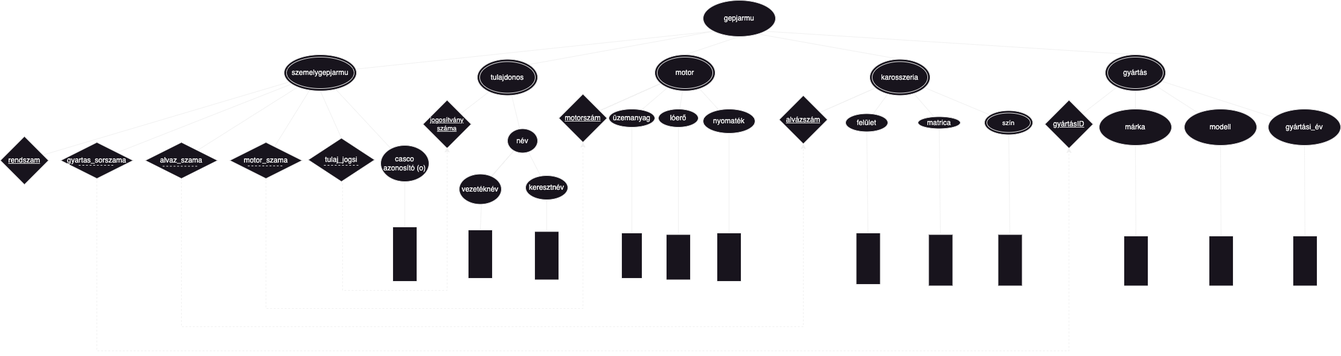
Earlier version of the draw.io export XMLTaskIGRYHL/XDMIGRYHL.png (SomodyMate/IGRYHL_XMLGyak). Source tidied: cells renumbered, new cells last; positions are measured from the earlier drawing's top-left corner, leaving out a move shared by most shapes.
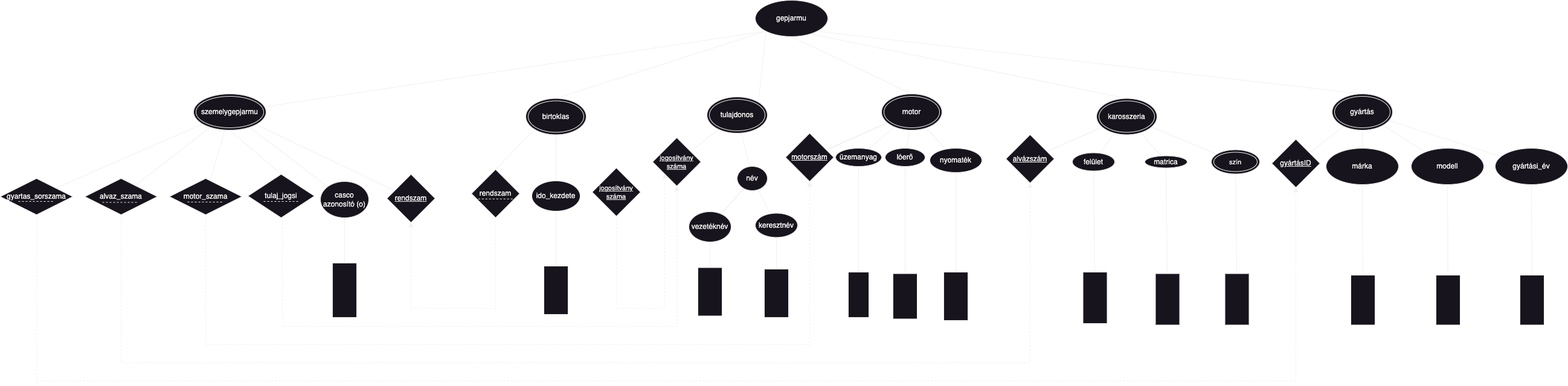
The same file after the commit.

The edit, as a diff of the source:
```diff
@@ -21,10 +21,10 @@
       <mxGeometry relative="1" as="geometry" />
     </mxCell>
     <mxCell id="8" value="szemelygepjarmu" style="ellipse;shape=doubleEllipse;whiteSpace=wrap;html=1;" parent="1" vertex="1">
-      <mxGeometry x="470" y="90" width="120" height="60" as="geometry" />
+      <mxGeometry x="-55" y="90" width="120" height="60" as="geometry" />
     </mxCell>
     <mxCell id="9" value="gepjarmu" style="ellipse;whiteSpace=wrap;html=1;" parent="1" vertex="1">
-      <mxGeometry x="1164" width="120" height="60" as="geometry" />
+      <mxGeometry x="875" y="-65" width="120" height="60" as="geometry" />
     </mxCell>
     <mxCell id="10" style="rounded=0;jettySize=auto;html=1;startArrow=none;startFill=0;endArrow=none;endFill=0;entryX=0;entryY=1;entryDx=0;entryDy=0;exitX=1;exitY=0;exitDx=0;exitDy=0;" parent="1" edge="1" source="13" target="9">
       <mxGeometry relative="1" as="geometry" />
@@ -36,7 +36,7 @@
       <mxGeometry relative="1" as="geometry" />
     </mxCell>
     <mxCell id="13" value="tulajdonos" style="ellipse;shape=doubleEllipse;whiteSpace=wrap;html=1;" parent="1" vertex="1">
-      <mxGeometry x="790" y="97.5" width="100" height="60" as="geometry" />
+      <mxGeometry x="795" y="95" width="100" height="60" as="geometry" />
     </mxCell>
     <mxCell id="14" style="rounded=0;jettySize=auto;html=1;startArrow=none;startFill=0;endArrow=none;endFill=0;entryX=0.5;entryY=1;entryDx=0;entryDy=0;exitX=0.5;exitY=0;exitDx=0;exitDy=0;" parent="1" edge="1" source="23" target="9">
       <mxGeometry relative="1" as="geometry" />
@@ -111,16 +111,16 @@
       <mxGeometry x="1830" y="90" width="100" height="60" as="geometry" />
     </mxCell>
     <mxCell id="38" value="rendszam" style="rhombus;whiteSpace=wrap;html=1;fontStyle=4;" parent="1" vertex="1">
-      <mxGeometry y="225" width="80" height="80" as="geometry" />
+      <mxGeometry x="265" y="223" width="80" height="80" as="geometry" />
     </mxCell>
     <mxCell id="39" value="gyartas_sorszama" style="rhombus;whiteSpace=wrap;html=1;fontFamily=Helvetica;fontSize=12;fontColor=default;align=center;strokeColor=default;fillColor=default;" parent="1" vertex="1">
-      <mxGeometry x="100" y="235" width="120" height="60" as="geometry" />
+      <mxGeometry x="-375" y="230" width="120" height="60" as="geometry" />
     </mxCell>
     <mxCell id="40" value="alvaz_szama" style="rhombus;whiteSpace=wrap;html=1;fontFamily=Helvetica;fontSize=12;fontColor=default;align=center;strokeColor=default;fillColor=default;" parent="1" vertex="1">
-      <mxGeometry x="240" y="235" width="120" height="60" as="geometry" />
+      <mxGeometry x="-235" y="230" width="120" height="60" as="geometry" />
     </mxCell>
     <mxCell id="41" value="jogosítvány száma" style="rhombus;whiteSpace=wrap;html=1;fontStyle=4;fontSize=11;" parent="1" vertex="1">
-      <mxGeometry x="700" y="165" width="80" height="80" as="geometry" />
+      <mxGeometry x="705" y="162.5" width="80" height="80" as="geometry" />
     </mxCell>
     <mxCell id="42" style="edgeStyle=none;rounded=0;jettySize=auto;html=1;startArrow=none;startFill=0;endArrow=none;endFill=0;" parent="1" edge="1" source="46" target="48">
       <mxGeometry relative="1" as="geometry" />
@@ -135,25 +135,25 @@
       <mxGeometry relative="1" as="geometry" />
     </mxCell>
     <mxCell id="46" value="név" style="ellipse;whiteSpace=wrap;html=1;" parent="1" vertex="1">
-      <mxGeometry x="840" y="212.5" width="50" height="40" as="geometry" />
+      <mxGeometry x="845" y="210" width="50" height="40" as="geometry" />
     </mxCell>
     <mxCell id="47" style="edgeStyle=none;rounded=0;jettySize=auto;html=1;startArrow=none;startFill=0;endArrow=none;endFill=0;" parent="1" edge="1" source="48" target="51">
       <mxGeometry relative="1" as="geometry" />
     </mxCell>
     <mxCell id="48" value="vezetéknév" style="ellipse;whiteSpace=wrap;html=1;" parent="1" vertex="1">
-      <mxGeometry x="760" y="287.5" width="70" height="50" as="geometry" />
+      <mxGeometry x="765" y="285" width="70" height="50" as="geometry" />
     </mxCell>
     <mxCell id="49" style="edgeStyle=none;rounded=0;jettySize=auto;html=1;startArrow=none;startFill=0;endArrow=none;endFill=0;" parent="1" edge="1" source="50" target="52">
       <mxGeometry relative="1" as="geometry" />
     </mxCell>
     <mxCell id="50" value="keresztnév" style="ellipse;whiteSpace=wrap;html=1;" parent="1" vertex="1">
-      <mxGeometry x="870" y="290" width="70" height="40" as="geometry" />
+      <mxGeometry x="875" y="287.5" width="70" height="40" as="geometry" />
     </mxCell>
     <mxCell id="51" style="whiteSpace=wrap;html=1;" parent="1" vertex="1">
-      <mxGeometry x="775" y="380" width="40" height="80" as="geometry" />
+      <mxGeometry x="780" y="377.5" width="40" height="80" as="geometry" />
     </mxCell>
     <mxCell id="52" style="whiteSpace=wrap;html=1;" parent="1" vertex="1">
-      <mxGeometry x="885" y="382.5" width="40" height="80" as="geometry" />
+      <mxGeometry x="890" y="380" width="40" height="80" as="geometry" />
     </mxCell>
     <mxCell id="53" value="motorszám" style="rhombus;whiteSpace=wrap;html=1;fontStyle=4;" parent="1" vertex="1">
       <mxGeometry x="925" y="155" width="80" height="80" as="geometry" />
@@ -219,7 +219,7 @@
       <mxGeometry x="1652.5" y="387.5" width="40" height="85" as="geometry" />
     </mxCell>
     <mxCell id="74" value="motor_szama" style="rhombus;whiteSpace=wrap;html=1;fontFamily=Helvetica;fontSize=12;fontColor=default;align=center;strokeColor=default;fillColor=default;" parent="1" vertex="1">
-      <mxGeometry x="380" y="235" width="120" height="60" as="geometry" />
+      <mxGeometry x="-95" y="230" width="120" height="60" as="geometry" />
     </mxCell>
     <mxCell id="75" value="gyártásID" style="rhombus;whiteSpace=wrap;html=1;fontStyle=4;" parent="1" vertex="1">
       <mxGeometry x="1730" y="165" width="80" height="80" as="geometry" />
@@ -243,7 +243,7 @@
       <mxGeometry x="2002" y="390" width="40" height="82.5" as="geometry" />
     </mxCell>
     <mxCell id="82" value="tulaj_jogsi" style="rhombus;whiteSpace=wrap;html=1;" parent="1" vertex="1">
-      <mxGeometry x="510" y="228" width="110" height="72" as="geometry" />
+      <mxGeometry x="35" y="223" width="110" height="72" as="geometry" />
     </mxCell>
     <mxCell id="83" style="endArrow=none;html=1;rounded=0;entryX=0.5;entryY=1;entryDx=0;entryDy=0;exitX=0.5;exitY=0;exitDx=0;exitDy=0;" parent="1" edge="1" source="82" target="8">
       <mxGeometry relative="1" as="geometry" />
@@ -252,10 +252,10 @@
       <mxGeometry relative="1" as="geometry" />
     </mxCell>
     <mxCell id="85" value="casco azonosító (o)" style="ellipse;whiteSpace=wrap;html=1;" parent="1" vertex="1">
-      <mxGeometry x="630" y="240" width="80" height="60" as="geometry" />
+      <mxGeometry x="155" y="235" width="80" height="60" as="geometry" />
     </mxCell>
     <mxCell id="86" style="whiteSpace=wrap;html=1;" parent="1" vertex="1">
-      <mxGeometry x="650" y="375" width="40" height="90" as="geometry" />
+      <mxGeometry x="175" y="370" width="40" height="90" as="geometry" />
     </mxCell>
     <mxCell id="87" value="gyártási_év" style="ellipse;whiteSpace=wrap;html=1;" parent="1" vertex="1">
       <mxGeometry x="2100" y="180" width="120" height="60" as="geometry" />
@@ -268,65 +268,115 @@
     </mxCell>
     <mxCell id="90" style="endArrow=classic;dashed=1;html=1;rounded=0;entryX=0.5;entryY=1;entryDx=0;entryDy=0;edgeStyle=orthogonalEdgeStyle;endFill=1;" parent="1" edge="1" target="63">
       <mxGeometry relative="1" as="geometry">
-        <mxPoint x="300" y="295" as="sourcePoint" />
+        <mxPoint x="-175" y="290" as="sourcePoint" />
         <Array as="points">
-          <mxPoint x="300" y="295" />
-          <mxPoint x="300" y="540" />
-          <mxPoint x="1330" y="540" />
+          <mxPoint x="-175" y="290" />
+          <mxPoint x="-175" y="535" />
+          <mxPoint x="855" y="535" />
         </Array>
       </mxGeometry>
     </mxCell>
-    <mxCell id="91" style="endArrow=classic;dashed=1;html=1;rounded=0;entryX=0.5;entryY=0.938;entryDx=0;entryDy=0;edgeStyle=orthogonalEdgeStyle;endFill=1;entryPerimeter=0;" parent="1" edge="1">
+    <mxCell id="91" style="endArrow=classic;dashed=1;html=1;rounded=0;entryX=0.5;entryY=1;entryDx=0;entryDy=0;edgeStyle=orthogonalEdgeStyle;endFill=1;" parent="1" edge="1" target="41">
       <mxGeometry relative="1" as="geometry">
-        <mxPoint x="567" y="303" as="sourcePoint" />
-        <mxPoint x="740" y="243" as="targetPoint" />
+        <mxPoint x="92" y="298" as="sourcePoint" />
         <Array as="points">
-          <mxPoint x="567" y="480" />
-          <mxPoint x="740" y="480" />
+          <mxPoint x="92" y="475" />
+          <mxPoint x="745" y="475" />
         </Array>
       </mxGeometry>
     </mxCell>
     <mxCell id="92" style="endArrow=classic;dashed=1;html=1;rounded=0;exitX=0.5;exitY=1;exitDx=0;exitDy=0;entryX=0.5;entryY=1;entryDx=0;entryDy=0;edgeStyle=orthogonalEdgeStyle;endFill=1;" parent="1" edge="1" source="74" target="53">
       <mxGeometry relative="1" as="geometry">
         <Array as="points">
-          <mxPoint x="440" y="510" />
-          <mxPoint x="965" y="510" />
+          <mxPoint x="-35" y="505" />
+          <mxPoint x="965" y="505" />
         </Array>
       </mxGeometry>
     </mxCell>
-    <mxCell id="93" style="endArrow=classic;dashed=1;html=1;rounded=0;edgeStyle=orthogonalEdgeStyle;endFill=1;" parent="1" edge="1">
+    <mxCell id="93" style="endArrow=classic;dashed=1;html=1;rounded=0;edgeStyle=orthogonalEdgeStyle;endFill=1;entryX=0.5;entryY=1;entryDx=0;entryDy=0;" parent="1" edge="1" target="75">
       <mxGeometry relative="1" as="geometry">
-        <mxPoint x="160" y="299" as="sourcePoint" />
-        <mxPoint x="1770" y="244" as="targetPoint" />
+        <mxPoint x="-315" y="294" as="sourcePoint" />
         <Array as="points">
-          <mxPoint x="160" y="580" />
-          <mxPoint x="1770" y="580" />
+          <mxPoint x="-315" y="565" />
+          <mxPoint x="1770" y="565" />
         </Array>
       </mxGeometry>
     </mxCell>
     <mxCell id="94" style="endArrow=none;dashed=1;html=1;rounded=0;" parent="1" edge="1">
       <mxGeometry relative="1" as="geometry">
-        <mxPoint x="130" y="273" as="sourcePoint" />
-        <mxPoint x="187" y="273" as="targetPoint" />
+        <mxPoint x="-345" y="268" as="sourcePoint" />
+        <mxPoint x="-288" y="268" as="targetPoint" />
       </mxGeometry>
     </mxCell>
     <mxCell id="95" style="endArrow=none;dashed=1;html=1;rounded=0;" parent="1" edge="1">
       <mxGeometry relative="1" as="geometry">
-        <mxPoint x="269" y="274.5" as="sourcePoint" />
-        <mxPoint x="326" y="274.5" as="targetPoint" />
+        <mxPoint x="-206" y="269.5" as="sourcePoint" />
+        <mxPoint x="-149" y="269.5" as="targetPoint" />
       </mxGeometry>
     </mxCell>
     <mxCell id="96" style="endArrow=none;dashed=1;html=1;rounded=0;" parent="1" edge="1">
       <mxGeometry relative="1" as="geometry">
-        <mxPoint x="410" y="274" as="sourcePoint" />
-        <mxPoint x="467" y="274" as="targetPoint" />
+        <mxPoint x="-65" y="269" as="sourcePoint" />
+        <mxPoint x="-8" y="269" as="targetPoint" />
       </mxGeometry>
     </mxCell>
     <mxCell id="97" style="endArrow=none;dashed=1;html=1;rounded=0;" parent="1" edge="1">
       <mxGeometry relative="1" as="geometry">
-        <mxPoint x="536" y="273" as="sourcePoint" />
-        <mxPoint x="593" y="273" as="targetPoint" />
+        <mxPoint x="61" y="268" as="sourcePoint" />
+        <mxPoint x="118" y="268" as="targetPoint" />
       </mxGeometry>
     </mxCell>
+    <mxCell id="98" value="birtoklas" style="ellipse;shape=doubleEllipse;whiteSpace=wrap;html=1;" parent="1" vertex="1">
+      <mxGeometry x="495" y="97.5" width="100" height="60" as="geometry" />
+    </mxCell>
+    <mxCell id="99" style="edgeStyle=none;rounded=0;jettySize=auto;html=1;startArrow=none;startFill=0;endArrow=none;endFill=0;exitX=0;exitY=1;exitDx=0;exitDy=0;entryX=0.5;entryY=0;entryDx=0;entryDy=0;" parent="1" edge="1" source="9" target="98">
+      <mxGeometry relative="1" as="geometry" />
+    </mxCell>
+    <mxCell id="100" value="ido_kezdete" style="ellipse;whiteSpace=wrap;html=1;" parent="1" vertex="1">
+      <mxGeometry x="505" y="234" width="80" height="50" as="geometry" />
+    </mxCell>
+    <mxCell id="101" style="edgeStyle=none;rounded=0;jettySize=auto;html=1;endArrow=none;endFill=0;exitX=0.5;exitY=1;exitDx=0;exitDy=0;entryX=0.5;entryY=0;entryDx=0;entryDy=0;" parent="1" edge="1" source="98" target="100">
+      <mxGeometry relative="1" as="geometry" />
+    </mxCell>
+    <mxCell id="102" value="rendszam" style="rhombus;whiteSpace=wrap;html=1;fontStyle=0;strokeColor=default;" parent="1" vertex="1">
+      <mxGeometry x="405" y="215" width="80" height="80" as="geometry" />
+    </mxCell>
+    <mxCell id="103" style="edgeStyle=none;rounded=0;jettySize=auto;html=1;startArrow=none;startFill=0;endArrow=none;endFill=0;exitX=0;exitY=1;exitDx=0;exitDy=0;entryX=0.5;entryY=0;entryDx=0;entryDy=0;" parent="1" edge="1" source="98" target="102">
+      <mxGeometry relative="1" as="geometry" />
+    </mxCell>
+    <mxCell id="104" style="endArrow=none;dashed=1;html=1;rounded=0;" parent="1" edge="1">
+      <mxGeometry relative="1" as="geometry">
+        <mxPoint x="416.2" y="263.9" as="sourcePoint" />
+        <mxPoint x="473.8" y="263.9" as="targetPoint" />
+        <Array as="points">
+          <mxPoint x="440.2" y="263.9" />
+        </Array>
+      </mxGeometry>
+    </mxCell>
+    <mxCell id="105" style="endArrow=classic;dashed=1;html=1;rounded=0;edgeStyle=orthogonalEdgeStyle;endFill=1;entryX=0.5;entryY=1;entryDx=0;entryDy=0;exitX=0.5;exitY=1;exitDx=0;exitDy=0;" parent="1" edge="1" source="102" target="38">
+      <mxGeometry relative="1" as="geometry">
+        <Array as="points">
+          <mxPoint x="445" y="445" />
+          <mxPoint x="305" y="445" />
+        </Array>
+      </mxGeometry>
+    </mxCell>
+    <mxCell id="106" value="jogosítvány száma" style="rhombus;whiteSpace=wrap;html=1;fontStyle=4;fontSize=11;" parent="1" vertex="1">
+      <mxGeometry x="605" y="212.5" width="80" height="80" as="geometry" />
+    </mxCell>
+    <mxCell id="107" style="endArrow=classic;dashed=1;html=1;rounded=0;edgeStyle=orthogonalEdgeStyle;endFill=1;entryX=0;entryY=1;entryDx=0;entryDy=0;exitX=0.5;exitY=1;exitDx=0;exitDy=0;" parent="1" edge="1" source="106" target="41">
+      <mxGeometry relative="1" as="geometry">
+        <Array as="points">
+          <mxPoint x="645" y="445" />
+          <mxPoint x="725" y="445" />
+        </Array>
+      </mxGeometry>
+    </mxCell>
+    <mxCell id="108" style="whiteSpace=wrap;html=1;" parent="1" vertex="1">
+      <mxGeometry x="525" y="375" width="40" height="80" as="geometry" />
+    </mxCell>
+    <mxCell id="109" style="edgeStyle=none;rounded=0;jettySize=auto;html=1;endArrow=none;endFill=0;entryX=0.5;entryY=0;entryDx=0;entryDy=0;exitX=0.5;exitY=1;exitDx=0;exitDy=0;" parent="1" edge="1" source="100" target="108">
+      <mxGeometry relative="1" as="geometry" />
+    </mxCell>
   </root>
 </mxGraphModel>
```
